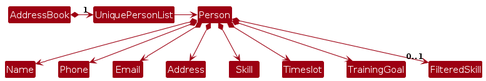
Before: diagrams/BetterModelClassDiagram.png, a diagram exported from PlantUML (AY2526S2-CS2103-F11-3/tp). Its source is kept beside it as diagrams/BetterModelClassDiagram.puml.
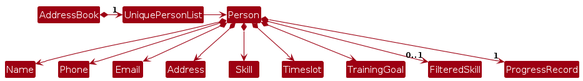
After the commit.

Diff of the diagram source:
```diff
@@ -15,4 +15,5 @@
 Person *--> Timeslot
 Person *--> TrainingGoal
 Person *--> "0..1" FilteredSkill
+Person *--> "1" ProgressRecord
 @enduml
```
